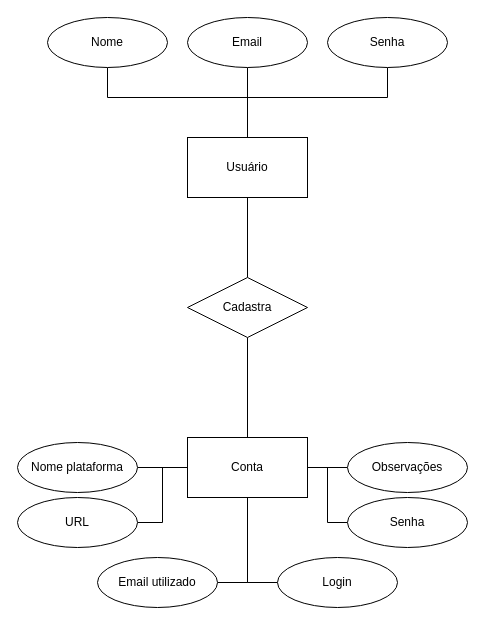
Before: doc/der.drawio in Samuelsn28/Jerico, a draw.io diagram. Source tidied: cells renumbered, new cells numbered last; positions are measured from the earlier drawing's top-left corner, leaving out a move shared by most shapes. Both pictures are drawn from the tidied source at 100%, with x=0, y=0 at pixel (17, 17).
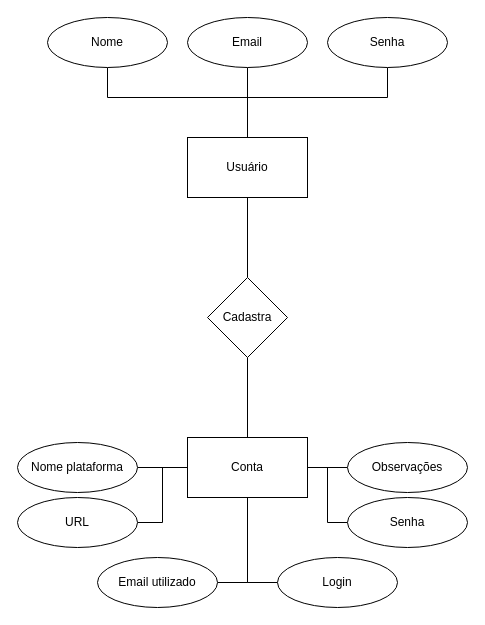
The same page after the edit.

Unchanged cells that the change refers to:
```xml
<mxCell id="3" value="Usuário" style="rounded=0;whiteSpace=wrap;html=1;" parent="1" vertex="1">
  <mxGeometry x="170" y="120" width="120" height="60" as="geometry" />
</mxCell>
<mxCell id="16" value="Conta" style="rounded=0;whiteSpace=wrap;html=1;" parent="1" vertex="1">
  <mxGeometry x="170" y="420" width="120" height="60" as="geometry" />
</mxCell>
```

What changed in the source:
```diff
@@
-    <mxCell id="2" style="edgeStyle=orthogonalEdgeStyle;rounded=0;jettySize=auto;html=1;exitX=0.5;exitY=1;exitDx=0;exitDy=0;entryX=0.5;entryY=0;entryDx=0;entryDy=0;endArrow=none;endFill=0;" parent="1" edge="1" source="3" target="24">
+    <mxCell id="2" style="edgeStyle=orthogonalEdgeStyle;rounded=0;jettySize=auto;html=1;entryX=0.5;entryY=0;entryDx=0;entryDy=0;endArrow=none;endFill=0;" parent="1" edge="1" source="3" target="24">
       <mxGeometry relative="1" as="geometry" />
     </mxCell>
@@
-    <mxCell id="23" style="edgeStyle=orthogonalEdgeStyle;rounded=0;jettySize=auto;html=1;exitX=0.5;exitY=1;exitDx=0;exitDy=0;entryX=0.5;entryY=0;entryDx=0;entryDy=0;endArrow=none;endFill=0;" parent="1" edge="1" source="24" target="16">
+    <mxCell id="23" style="edgeStyle=orthogonalEdgeStyle;rounded=0;jettySize=auto;html=1;entryX=0.5;entryY=0;entryDx=0;entryDy=0;endArrow=none;endFill=0;" parent="1" edge="1" source="24" target="16">
       <mxGeometry relative="1" as="geometry" />
     </mxCell>
-    <mxCell id="24" value="Cadastra" style="shape=rhombus;perimeter=rhombusPerimeter;whiteSpace=wrap;html=1;align=center;" parent="1" vertex="1">
-      <mxGeometry x="170" y="260" width="120" height="60" as="geometry" />
+    <mxCell id="24" value="Cadastra" style="rhombus;whiteSpace=wrap;html=1;" parent="1" vertex="1">
+      <mxGeometry x="190" y="260" width="80" height="80" as="geometry" />
     </mxCell>
```
